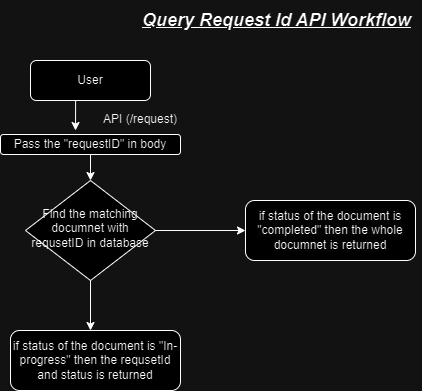
This is docs/query.png from ra463/server, a draw.io export, as it was before one commit. Source tidied: cells renumbered, new cells last; positions are measured from the earlier drawing's top-left corner, leaving out a move shared by most shapes.
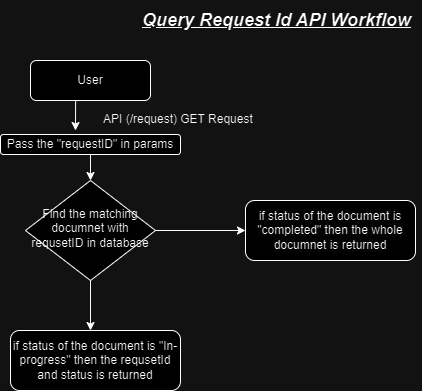
After the commit.

What changed in the source:
```diff
@@ -19,7 +19,7 @@
     <mxCell id="6" value="&lt;span style=&quot;font-size: 18px;&quot;&gt;&lt;b&gt;&lt;i&gt;&lt;u&gt;Query Request Id API Workflow&lt;/u&gt;&lt;/i&gt;&lt;/b&gt;&lt;/span&gt;" style="text;html=1;align=center;verticalAlign=middle;strokeColor=none;fillColor=none;" parent="1" vertex="1">
       <mxGeometry x="131" width="290" height="40" as="geometry" />
     </mxCell>
-    <mxCell id="7" value="Pass the &quot;requestID&quot; in body" style="rounded=1;whiteSpace=wrap;html=1;" parent="1" vertex="1">
+    <mxCell id="7" value="Pass the &quot;requestID&quot; in params" style="rounded=1;whiteSpace=wrap;html=1;" parent="1" vertex="1">
       <mxGeometry y="134" width="180" height="20" as="geometry" />
     </mxCell>
     <mxCell id="8" style="edgeStyle=none;jettySize=auto;html=1;rounded=0;exitX=0.376;exitY=1.003;exitDx=0;exitDy=0;exitPerimeter=0;" parent="1" edge="1" source="2">
@@ -41,5 +41,8 @@
     <mxCell id="12" value="&lt;br&gt;&lt;span style=&quot;color: rgb(0, 0, 0); font-family: Helvetica; font-size: 12px; font-style: normal; font-variant-ligatures: normal; font-variant-caps: normal; font-weight: 400; letter-spacing: normal; orphans: 2; text-align: center; text-indent: 0px; text-transform: none; widows: 2; word-spacing: 0px; -webkit-text-stroke-width: 0px; white-space: normal; background-color: rgb(251, 251, 251); text-decoration-thickness: initial; text-decoration-style: initial; text-decoration-color: initial; display: inline !important; float: none;&quot;&gt;if status of the document is &quot;completed&quot; then the whole documnet is returned&lt;/span&gt;&lt;div&gt;&lt;br/&gt;&lt;/div&gt;" style="rounded=1;whiteSpace=wrap;html=1;" parent="1" vertex="1">
       <mxGeometry x="245" y="200" width="170" height="60" as="geometry" />
     </mxCell>
+    <mxCell id="13" value="GET Request" style="text;html=1;align=center;verticalAlign=middle;strokeColor=none;fillColor=none;" parent="1" vertex="1">
+      <mxGeometry x="166" y="104" width="100" height="30" as="geometry" />
+    </mxCell>
   </root>
 </mxGraphModel>
```
